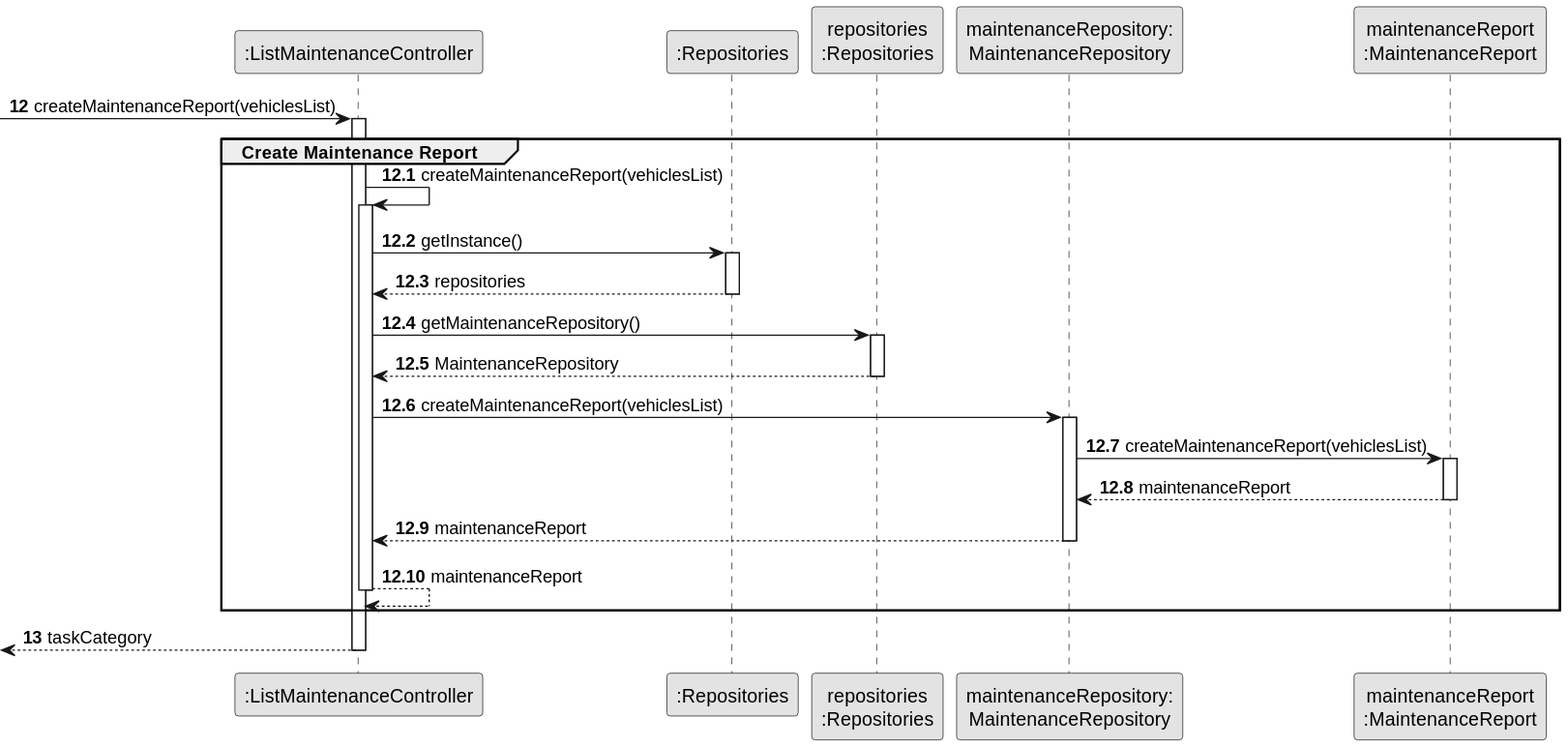
Before: docs/sprintB/us008/03.design/svg/us008-sequence-diagram-partial-create-maintenance-report.svg, a diagram exported from PlantUML (ricardomm7/leaflink). Its diagram source:
```plantuml
@startuml
skinparam monochrome true
skinparam packageStyle rectangle
skinparam shadowing false

participant ":ListMaintenanceController" as CTRL
participant ":Repositories" as RepositorySingleton
participant "repositories\n:Repositories" as PLAT
participant "maintenanceRepository:\nMaintenanceRepository" as MaintenanceRepository
participant "maintenanceReport\n:MaintenanceReport" as MaintenanceReport

autonumber 12
-> CTRL : createMaintenanceReport(vehiclesList)

autonumber 12.1

activate CTRL
    group Create Maintenance Report

        CTRL -> CTRL : createMaintenanceReport(vehiclesList)
                    activate CTRL

                        CTRL -> RepositorySingleton : getInstance()
                        activate RepositorySingleton

                            RepositorySingleton --> CTRL: repositories
                        deactivate RepositorySingleton

                        CTRL -> PLAT : getMaintenanceRepository()
                        activate PLAT

                            PLAT --> CTRL: MaintenanceRepository
                        deactivate PLAT

                        CTRL -> MaintenanceRepository : createMaintenanceReport(vehiclesList)
                        activate MaintenanceRepository

                            MaintenanceRepository -> MaintenanceReport : createMaintenanceReport(vehiclesList)
                            activate MaintenanceReport

                            MaintenanceReport --> MaintenanceRepository : maintenanceReport
                            deactivate MaintenanceReport

                        MaintenanceRepository --> CTRL : maintenanceReport
                        deactivate MaintenanceRepository

                    CTRL --> CTRL : maintenanceReport
                    deactivate CTRL

    end group

    autonumber 13
    <-- CTRL : taskCategory

deactivate CTRL
@enduml
```
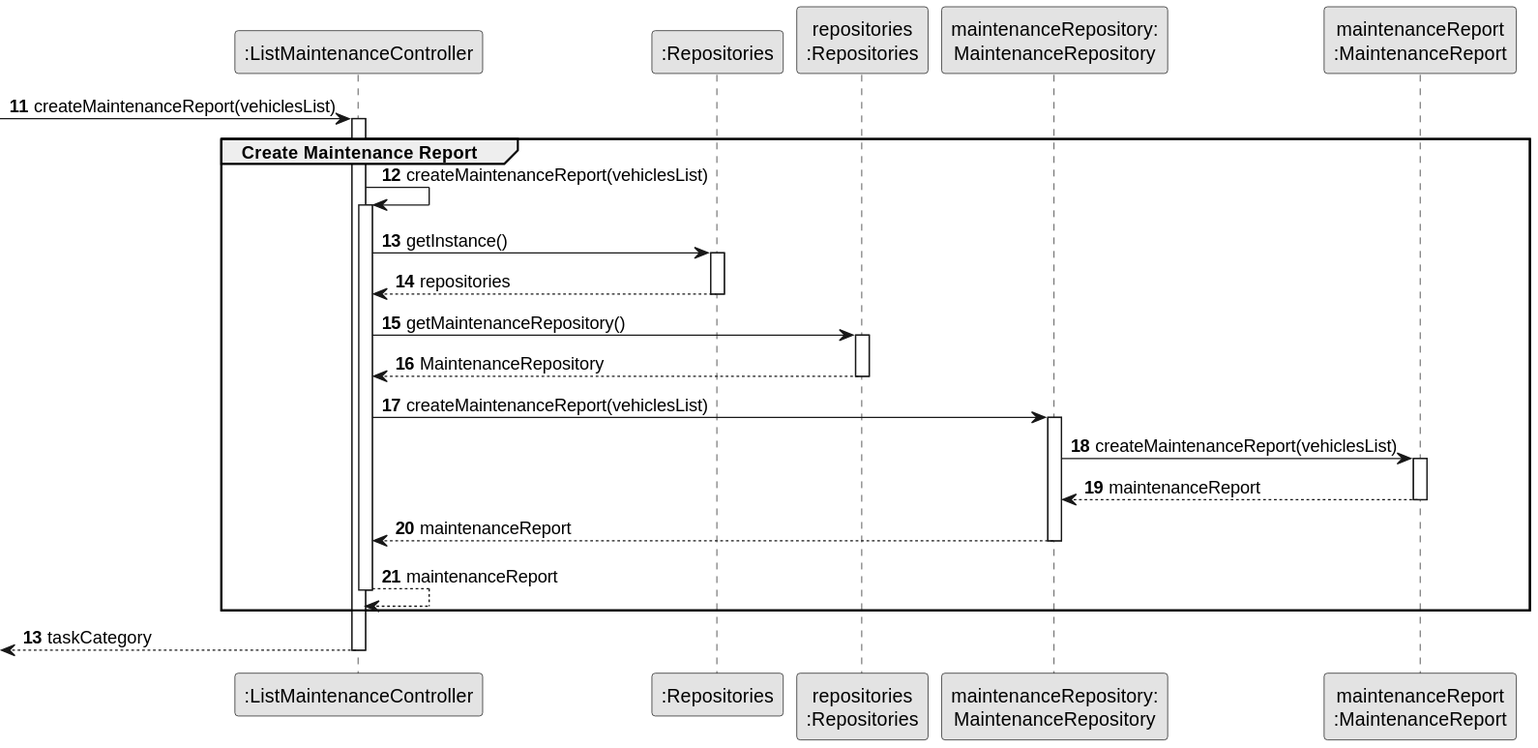
After the change.

Change to the diagram source:
```diff
@@ -9,10 +9,8 @@
 participant "maintenanceRepository:\nMaintenanceRepository" as MaintenanceRepository
 participant "maintenanceReport\n:MaintenanceReport" as MaintenanceReport
 
-autonumber 12
+autonumber 11
 -> CTRL : createMaintenanceReport(vehiclesList)
-
-autonumber 12.1
 
 activate CTRL
     group Create Maintenance Report
```
